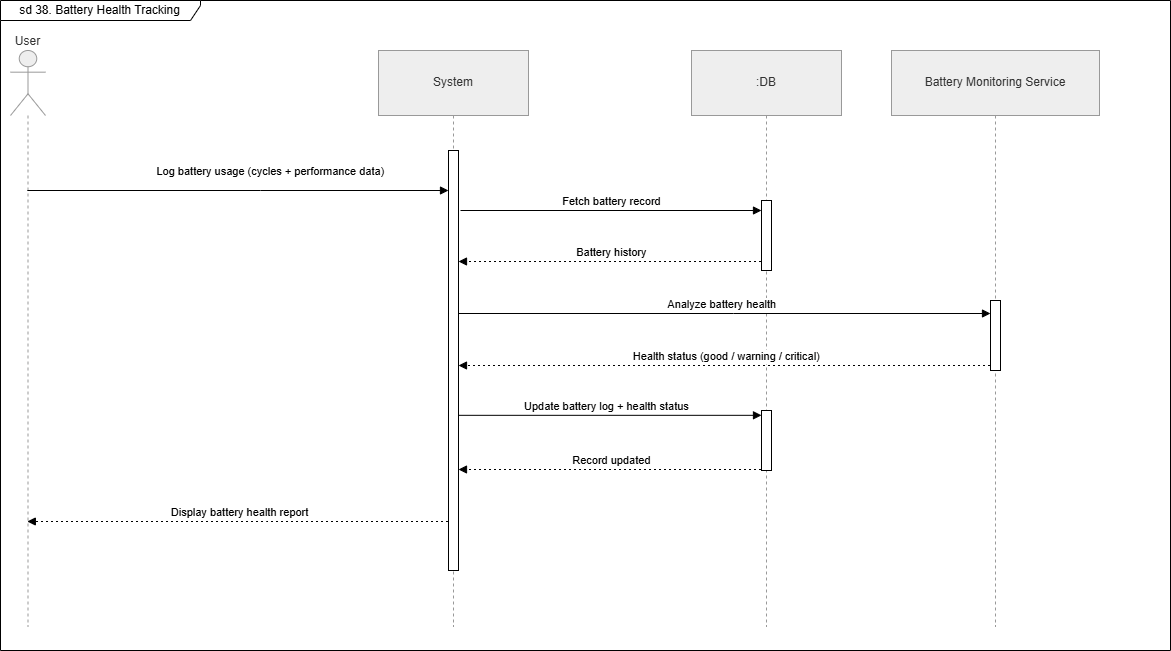
M7moudAbdallah01/P2P-Specialized-Tool-Library-SE1- keeps this draw.io diagram as SE Project/Sequence Diagrams/seq(38).drawio.png. Above is the earlier version. Source tidied: cells renumbered, new cells last; positions are measured from the earlier drawing's top-left corner, leaving out a move shared by most shapes.
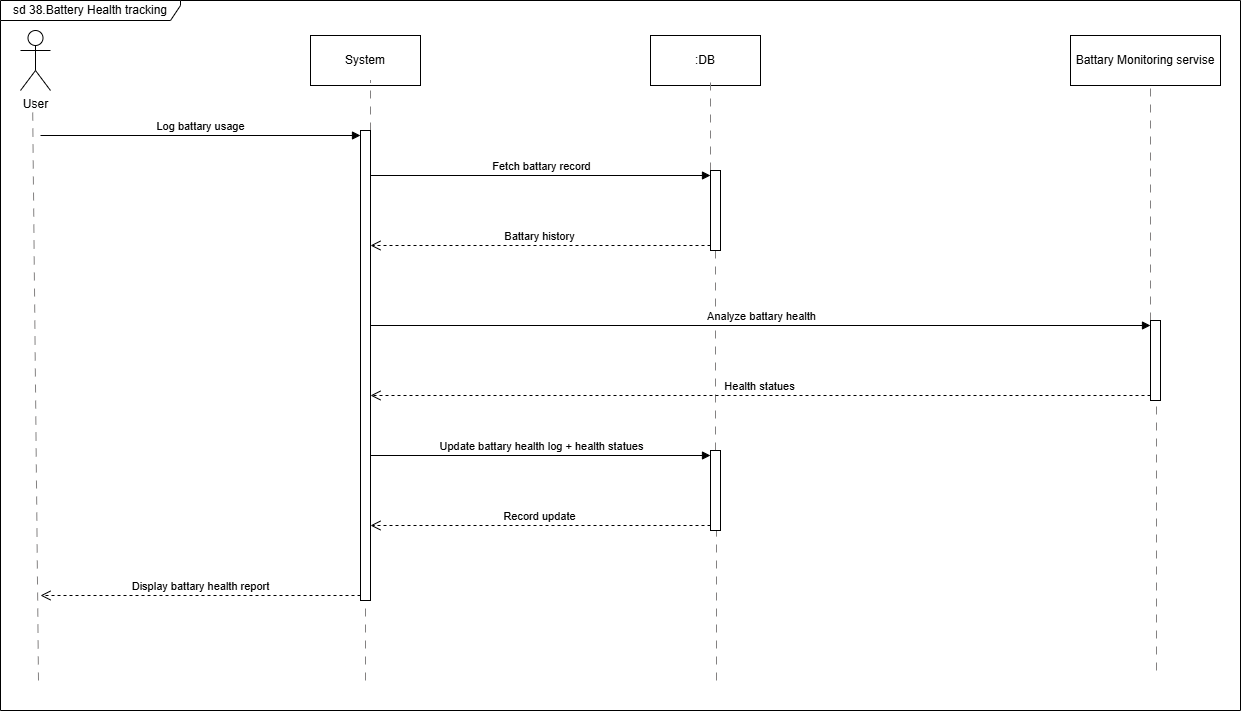
The same diagram one commit later.

Change to the diagram source:
```diff
@@ -2,83 +2,111 @@
   <root>
     <mxCell id="0" />
     <mxCell id="1" parent="0" />
-    <mxCell id="2" value="User" style="shape=umlLifeline;perimeter=lifelinePerimeter;whiteSpace=wrap;outlineConnect=0;portConstraint=eastwest;newEdgeStyle={&quot;edgeStyle&quot;:&quot;elbowEdgeStyle&quot;,&quot;elbow&quot;:&quot;vertical&quot;,&quot;curved&quot;:0,&quot;rounded&quot;:0};participant=umlActor;verticalAlign=bottom;labelPosition=center;verticalLabelPosition=top;align=center;size=65;fillColor=light-dark(#eeeeee,#1f2020);strokeColor=light-dark(#999999,#cccccc);fontColor=light-dark(#333333,#cccccc);" parent="1" vertex="1">
-      <mxGeometry x="10" y="50" width="35" height="576" as="geometry" />
+    <mxCell id="2" value="User" style="shape=umlActor;verticalLabelPosition=bottom;verticalAlign=top;html=1;" parent="1" vertex="1">
+      <mxGeometry x="10" y="70" width="30" height="60" as="geometry" />
     </mxCell>
+    <mxCell id="19" style="endArrow=none;html=1;rounded=0;dashed=1;dashPattern=8 8;strokeColor=light-dark(#838181, #ededed);" parent="1" edge="1">
+      <mxGeometry relative="1" as="geometry">
+        <mxPoint x="28" y="720" as="sourcePoint" />
+        <mxPoint x="22.1" y="140" as="targetPoint" />
+      </mxGeometry>
+    </mxCell>
-    <mxCell id="3" value="System" style="shape=umlLifeline;perimeter=lifelinePerimeter;whiteSpace=wrap;outlineConnect=0;portConstraint=eastwest;newEdgeStyle={&quot;edgeStyle&quot;:&quot;elbowEdgeStyle&quot;,&quot;elbow&quot;:&quot;vertical&quot;,&quot;curved&quot;:0,&quot;rounded&quot;:0};size=65;fillColor=light-dark(#eeeeee,#1f2020);strokeColor=light-dark(#999999,#cccccc);fontColor=light-dark(#333333,#cccccc);" parent="1" vertex="1">
-      <mxGeometry x="378" y="50" width="150" height="576" as="geometry" />
+    <mxCell id="3" value="System" style="html=1;whiteSpace=wrap;" parent="1" vertex="1">
+      <mxGeometry x="300" y="75" width="110" height="50" as="geometry" />
     </mxCell>
-    <mxCell id="4" value=":DB" style="shape=umlLifeline;perimeter=lifelinePerimeter;whiteSpace=wrap;outlineConnect=0;portConstraint=eastwest;newEdgeStyle={&quot;edgeStyle&quot;:&quot;elbowEdgeStyle&quot;,&quot;elbow&quot;:&quot;vertical&quot;,&quot;curved&quot;:0,&quot;rounded&quot;:0};size=65;fillColor=light-dark(#eeeeee,#1f2020);strokeColor=light-dark(#999999,#cccccc);fontColor=light-dark(#333333,#cccccc);" parent="1" vertex="1">
-      <mxGeometry x="691" y="50" width="150" height="576" as="geometry" />
+    <mxCell id="4" value=":DB" style="html=1;whiteSpace=wrap;" parent="1" vertex="1">
+      <mxGeometry x="640" y="75" width="110" height="50" as="geometry" />
     </mxCell>
-    <mxCell id="5" value="Battery Monitoring Service" style="shape=umlLifeline;perimeter=lifelinePerimeter;whiteSpace=wrap;outlineConnect=0;portConstraint=eastwest;newEdgeStyle={&quot;edgeStyle&quot;:&quot;elbowEdgeStyle&quot;,&quot;elbow&quot;:&quot;vertical&quot;,&quot;curved&quot;:0,&quot;rounded&quot;:0};size=65;fillColor=light-dark(#eeeeee,#1f2020);strokeColor=light-dark(#999999,#cccccc);fontColor=light-dark(#333333,#cccccc);" parent="1" vertex="1">
-      <mxGeometry x="891" y="50" width="208" height="576" as="geometry" />
-    </mxCell>
-    <mxCell id="6" value="Log battery usage (cycles + performance data)" style="verticalAlign=bottom;edgeStyle=elbowEdgeStyle;elbow=vertical;curved=0;rounded=0;endArrow=block;" parent="1" edge="1" source="2" target="14">
-      <mxGeometry x="0.15" y="10" relative="1" as="geometry">
-        <Array as="points">
-          <mxPoint x="260" y="190" />
-          <mxPoint x="440" y="150" />
-        </Array>
-      </mxGeometry>
-    </mxCell>
-    <mxCell id="7" value="Battery history" style="verticalAlign=bottom;edgeStyle=elbowEdgeStyle;elbow=vertical;curved=0;rounded=0;dashed=1;dashPattern=2 3;endArrow=block;" parent="1" edge="1" source="4" target="14">
-      <mxGeometry relative="1" as="geometry">
-        <Array as="points">
-          <mxPoint x="621" y="261" />
-        </Array>
-      </mxGeometry>
-    </mxCell>
-    <mxCell id="8" value="Analyze battery health" style="verticalAlign=bottom;edgeStyle=elbowEdgeStyle;elbow=vertical;curved=0;rounded=0;endArrow=block;" parent="1" edge="1" source="3" target="17">
-      <mxGeometry relative="1" as="geometry">
-        <Array as="points">
-          <mxPoint x="733" y="313" />
-        </Array>
-      </mxGeometry>
-    </mxCell>
-    <mxCell id="9" value="Health status (good / warning / critical)" style="verticalAlign=bottom;edgeStyle=elbowEdgeStyle;elbow=vertical;curved=0;rounded=0;dashed=1;dashPattern=2 3;endArrow=block;" parent="1" edge="1" source="5" target="14">
-      <mxGeometry relative="1" as="geometry">
-        <Array as="points">
-          <mxPoint x="736" y="365" />
-        </Array>
-      </mxGeometry>
-    </mxCell>
-    <mxCell id="10" value="Update battery log + health status" style="verticalAlign=bottom;edgeStyle=elbowEdgeStyle;elbow=vertical;curved=0;rounded=0;endArrow=block;entryX=0;entryY=0;entryDx=0;entryDy=5;entryPerimeter=0;" parent="1" edge="1" source="3" target="16">
-      <mxGeometry relative="1" as="geometry" />
-    </mxCell>
-    <mxCell id="11" value="Record updated" style="verticalAlign=bottom;edgeStyle=elbowEdgeStyle;elbow=vertical;curved=0;rounded=0;dashed=1;dashPattern=2 3;endArrow=block;" parent="1" edge="1" source="4" target="14">
-      <mxGeometry relative="1" as="geometry">
-        <Array as="points">
-          <mxPoint x="621" y="469" />
-        </Array>
-      </mxGeometry>
-    </mxCell>
-    <mxCell id="12" value="Display battery health report" style="verticalAlign=bottom;edgeStyle=elbowEdgeStyle;elbow=vertical;curved=0;rounded=0;dashed=1;dashPattern=2 3;endArrow=block;" parent="1" edge="1" source="3" target="2">
-      <mxGeometry relative="1" as="geometry">
-        <Array as="points">
-          <mxPoint x="266" y="521" />
-        </Array>
-      </mxGeometry>
-    </mxCell>
-    <mxCell id="13" value="sd 38. Battery Health Tracking" style="shape=umlFrame;whiteSpace=wrap;html=1;width=200;height=20;" parent="1" vertex="1">
-      <mxGeometry width="1170" height="650" as="geometry" />
-    </mxCell>
-    <mxCell id="14" style="html=1;points=[[0,0,0,0,5],[0,1,0,0,-5],[1,0,0,0,5],[1,1,0,0,-5]];perimeter=orthogonalPerimeter;outlineConnect=0;targetShapes=umlLifeline;portConstraint=eastwest;newEdgeStyle={&quot;curved&quot;:0,&quot;rounded&quot;:0};" parent="1" vertex="1">
-      <mxGeometry x="448" y="150" width="10" height="420" as="geometry" />
-    </mxCell>
-    <mxCell id="15" style="html=1;points=[[0,0,0,0,5],[0,1,0,0,-5],[1,0,0,0,5],[1,1,0,0,-5]];perimeter=orthogonalPerimeter;outlineConnect=0;targetShapes=umlLifeline;portConstraint=eastwest;newEdgeStyle={&quot;curved&quot;:0,&quot;rounded&quot;:0};" parent="1" vertex="1">
-      <mxGeometry x="761" y="200" width="10" height="70" as="geometry" />
-    </mxCell>
-    <mxCell id="16" style="html=1;points=[[0,0,0,0,5],[0,1,0,0,-5],[1,0,0,0,5],[1,1,0,0,-5]];perimeter=orthogonalPerimeter;outlineConnect=0;targetShapes=umlLifeline;portConstraint=eastwest;newEdgeStyle={&quot;curved&quot;:0,&quot;rounded&quot;:0};" parent="1" vertex="1">
-      <mxGeometry x="761" y="410" width="10" height="60" as="geometry" />
-    </mxCell>
-    <mxCell id="17" style="html=1;points=[[0,0,0,0,5],[0,1,0,0,-5],[1,0,0,0,5],[1,1,0,0,-5]];perimeter=orthogonalPerimeter;outlineConnect=0;targetShapes=umlLifeline;portConstraint=eastwest;newEdgeStyle={&quot;curved&quot;:0,&quot;rounded&quot;:0};" parent="1" vertex="1">
-      <mxGeometry x="990" y="300" width="10" height="70" as="geometry" />
-    </mxCell>
-    <mxCell id="18" value="Fetch battery record" style="html=1;verticalAlign=bottom;endArrow=block;curved=0;rounded=0;" parent="1" edge="1" target="15">
-      <mxGeometry relative="1" as="geometry">
-        <mxPoint x="460" y="210" as="sourcePoint" />
-      </mxGeometry>
-    </mxCell>
+    <mxCell id="20" value="Battary Monitoring servise" style="html=1;whiteSpace=wrap;" parent="1" vertex="1">
+      <mxGeometry x="1060" y="75" width="150" height="50" as="geometry" />
+    </mxCell>
+    <mxCell id="21" style="endArrow=none;html=1;rounded=0;dashed=1;dashPattern=8 8;strokeColor=light-dark(#838181, #ededed);" parent="1" edge="1" source="31">
+      <mxGeometry relative="1" as="geometry">
+        <mxPoint x="700" y="120" as="targetPoint" />
+      </mxGeometry>
+    </mxCell>
+    <mxCell id="22" style="endArrow=none;html=1;rounded=0;dashed=1;dashPattern=8 8;strokeColor=light-dark(#838181, #ededed);" parent="1" edge="1" source="35">
+      <mxGeometry relative="1" as="geometry">
+        <mxPoint x="1140" y="120" as="targetPoint" />
+      </mxGeometry>
+    </mxCell>
+    <mxCell id="23" style="endArrow=none;html=1;rounded=0;dashed=1;dashPattern=8 8;strokeColor=light-dark(#838181, #ededed);" parent="1" edge="1" source="27">
+      <mxGeometry relative="1" as="geometry">
+        <mxPoint x="360" y="120" as="targetPoint" />
+      </mxGeometry>
+    </mxCell>
+    <mxCell id="24" value="Log battary usage" style="html=1;verticalAlign=bottom;endArrow=block;curved=0;rounded=0;entryX=0;entryY=0;entryDx=0;entryDy=5;" parent="1" edge="1" target="27">
+      <mxGeometry relative="1" as="geometry">
+        <mxPoint x="30" y="175" as="sourcePoint" />
+      </mxGeometry>
+    </mxCell>
+    <mxCell id="25" value="Display battary health report" style="html=1;verticalAlign=bottom;endArrow=open;dashed=1;endSize=8;curved=0;rounded=0;exitX=0;exitY=1;exitDx=0;exitDy=-5;" parent="1" edge="1" source="27">
+      <mxGeometry relative="1" as="geometry">
+        <mxPoint x="30" y="635" as="targetPoint" />
+      </mxGeometry>
+    </mxCell>
+    <mxCell id="26" style="endArrow=none;html=1;rounded=0;dashed=1;dashPattern=8 8;strokeColor=light-dark(#838181, #ededed);" parent="1" edge="1" target="27">
+      <mxGeometry relative="1" as="geometry">
+        <mxPoint x="355" y="720" as="sourcePoint" />
+      </mxGeometry>
+    </mxCell>
+    <mxCell id="27" style="html=1;points=[[0,0,0,0,5],[0,1,0,0,-5],[1,0,0,0,5],[1,1,0,0,-5]];perimeter=orthogonalPerimeter;outlineConnect=0;targetShapes=umlLifeline;portConstraint=eastwest;newEdgeStyle={&quot;curved&quot;:0,&quot;rounded&quot;:0};" parent="1" vertex="1">
+      <mxGeometry x="350" y="170" width="10" height="470" as="geometry" />
+    </mxCell>
+    <mxCell id="28" value="Fetch battary record" style="html=1;verticalAlign=bottom;endArrow=block;curved=0;rounded=0;entryX=0;entryY=0;entryDx=0;entryDy=5;" parent="1" edge="1" target="31">
+      <mxGeometry relative="1" as="geometry">
+        <mxPoint x="360" y="215" as="sourcePoint" />
+      </mxGeometry>
+    </mxCell>
+    <mxCell id="29" value="Battary history" style="html=1;verticalAlign=bottom;endArrow=open;dashed=1;endSize=8;curved=0;rounded=0;exitX=0;exitY=1;exitDx=0;exitDy=-5;" parent="1" edge="1" source="31">
+      <mxGeometry relative="1" as="geometry">
+        <mxPoint x="360" y="285" as="targetPoint" />
+      </mxGeometry>
+    </mxCell>
+    <mxCell id="30" style="endArrow=none;html=1;rounded=0;dashed=1;dashPattern=8 8;strokeColor=light-dark(#838181, #ededed);" parent="1" edge="1" source="39" target="31">
+      <mxGeometry relative="1" as="geometry" />
+    </mxCell>
+    <mxCell id="31" style="html=1;points=[[0,0,0,0,5],[0,1,0,0,-5],[1,0,0,0,5],[1,1,0,0,-5]];perimeter=orthogonalPerimeter;outlineConnect=0;targetShapes=umlLifeline;portConstraint=eastwest;newEdgeStyle={&quot;curved&quot;:0,&quot;rounded&quot;:0};" parent="1" vertex="1">
+      <mxGeometry x="700" y="210" width="10" height="80" as="geometry" />
+    </mxCell>
+    <mxCell id="32" value="Analyze battary health" style="html=1;verticalAlign=bottom;endArrow=block;curved=0;rounded=0;entryX=0;entryY=0;entryDx=0;entryDy=5;" parent="1" edge="1" target="35">
+      <mxGeometry relative="1" as="geometry">
+        <mxPoint x="360" y="365" as="sourcePoint" />
+      </mxGeometry>
+    </mxCell>
+    <mxCell id="33" value="Health statues" style="html=1;verticalAlign=bottom;endArrow=open;dashed=1;endSize=8;curved=0;rounded=0;exitX=0;exitY=1;exitDx=0;exitDy=-5;" parent="1" edge="1" source="35">
+      <mxGeometry relative="1" as="geometry">
+        <mxPoint x="360" y="435" as="targetPoint" />
+      </mxGeometry>
+    </mxCell>
+    <mxCell id="34" style="endArrow=none;html=1;rounded=0;dashed=1;dashPattern=8 8;strokeColor=light-dark(#838181, #ededed);" parent="1" edge="1" target="35">
+      <mxGeometry relative="1" as="geometry">
+        <mxPoint x="1146" y="710" as="sourcePoint" />
+      </mxGeometry>
+    </mxCell>
+    <mxCell id="35" style="html=1;points=[[0,0,0,0,5],[0,1,0,0,-5],[1,0,0,0,5],[1,1,0,0,-5]];perimeter=orthogonalPerimeter;outlineConnect=0;targetShapes=umlLifeline;portConstraint=eastwest;newEdgeStyle={&quot;curved&quot;:0,&quot;rounded&quot;:0};" parent="1" vertex="1">
+      <mxGeometry x="1140" y="360" width="10" height="80" as="geometry" />
+    </mxCell>
+    <mxCell id="36" value="Update battary health log + health statues" style="html=1;verticalAlign=bottom;endArrow=block;curved=0;rounded=0;entryX=0;entryY=0;entryDx=0;entryDy=5;" parent="1" edge="1" target="39">
+      <mxGeometry relative="1" as="geometry">
+        <mxPoint x="360" y="495" as="sourcePoint" />
+      </mxGeometry>
+    </mxCell>
+    <mxCell id="37" value="Record update" style="html=1;verticalAlign=bottom;endArrow=open;dashed=1;endSize=8;curved=0;rounded=0;exitX=0;exitY=1;exitDx=0;exitDy=-5;" parent="1" edge="1" source="39">
+      <mxGeometry relative="1" as="geometry">
+        <mxPoint x="360" y="565" as="targetPoint" />
+      </mxGeometry>
+    </mxCell>
+    <mxCell id="38" style="endArrow=none;html=1;rounded=0;dashed=1;dashPattern=8 8;strokeColor=light-dark(#838181, #ededed);" parent="1" edge="1" target="39">
+      <mxGeometry relative="1" as="geometry">
+        <mxPoint x="706" y="720" as="sourcePoint" />
+      </mxGeometry>
+    </mxCell>
+    <mxCell id="39" style="html=1;points=[[0,0,0,0,5],[0,1,0,0,-5],[1,0,0,0,5],[1,1,0,0,-5]];perimeter=orthogonalPerimeter;outlineConnect=0;targetShapes=umlLifeline;portConstraint=eastwest;newEdgeStyle={&quot;curved&quot;:0,&quot;rounded&quot;:0};" parent="1" vertex="1">
+      <mxGeometry x="700" y="490" width="10" height="80" as="geometry" />
+    </mxCell>
+    <mxCell id="40" value="sd 38.Battery Health tracking" style="shape=umlFrame;whiteSpace=wrap;html=1;width=180;height=20;" parent="1" vertex="1">
+      <mxGeometry x="-10" y="40" width="1240" height="710" as="geometry" />
+    </mxCell>
   </root>
 </mxGraphModel>
```
